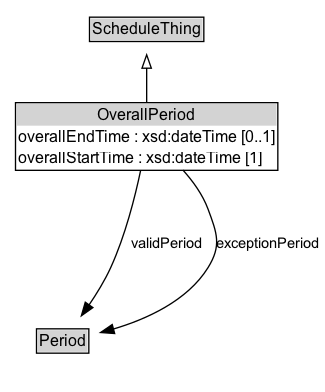
The Graphviz diagram docs/diagrams/OverallPeriod.dot.png in k-vaughn/ontology-its-time, before a commit. Its source is kept beside it as docs/diagrams/OverallPeriod.dot. The source it was exported from:
```dot
digraph {
	graph [overlap=false rankdir=TB splines=true]
	node [fontname=Arial fontsize=12 margin=0 shape=none]
	edge [fontname=Arial fontsize=11]
	{
		rank=source
		ScheduleThing [label=<<TABLE BORDER="1" CELLBORDER="0" CELLSPACING="0" CELLPADDING="1"><TR><TD BGCOLOR="lightgray" ALIGN="CENTER">ScheduleThing</TD></TR></TABLE>> URL="../ScheduleThing" margin=0]
	}
	OverallPeriod [label=<<TABLE BORDER="1" CELLBORDER="0" CELLSPACING="0" CELLPADDING="1"><TR><TD BGCOLOR="lightgray" ALIGN="CENTER">OverallPeriod</TD></TR><TR><TD ALIGN="LEFT">overallEndTime : xsd:dateTime [0..1]</TD></TR><TR><TD ALIGN="LEFT">overallStartTime : xsd:dateTime [1]</TD></TR></TABLE>> URL="../OverallPeriod" margin=0]
	{
		rank=max
	}
	subgraph cluster_associated {
		label="" style=invis
		Invis [label=<<TABLE BORDER="0" CELLBORDER="0" CELLSPACING="0" CELLPADDING="1"><TR><TD></TD></TR></TABLE>> margin=0 style=invis]
		Period [label=<<TABLE BORDER="1" CELLBORDER="0" CELLSPACING="0" CELLPADDING="1"><TR><TD BGCOLOR="lightgray" ALIGN="CENTER">Period</TD></TR></TABLE>> URL="../Period" margin=0]
	}
	OverallPeriod -> ScheduleThing [arrowhead=onormal style=solid]
	OverallPeriod -> Invis [style=invis]
	Invis -> Period [style=invis]
	Period [label=<<TABLE BORDER="1" CELLBORDER="0" CELLSPACING="0" CELLPADDING="1"><TR><TD BGCOLOR="lightgray" ALIGN="CENTER">Period</TD></TR></TABLE>> URL="../Period" margin=0]
	OverallPeriod -> Period [label=validPeriod arrowhead=normal style=solid]
	OverallPeriod -> Period [label=exceptionPeriod arrowhead=normal style=solid]
}
```
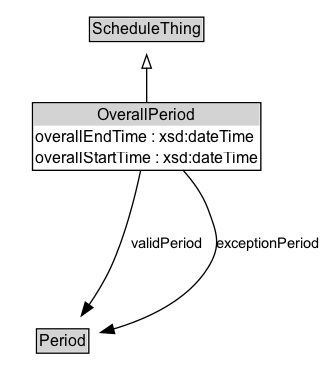
After the commit.

The edit, as a diff of the source:
```diff
@@ -6,7 +6,7 @@
 		rank=source
 		ScheduleThing [label=<<TABLE BORDER="1" CELLBORDER="0" CELLSPACING="0" CELLPADDING="1"><TR><TD BGCOLOR="lightgray" ALIGN="CENTER">ScheduleThing</TD></TR></TABLE>> URL="../ScheduleThing" margin=0]
 	}
-	OverallPeriod [label=<<TABLE BORDER="1" CELLBORDER="0" CELLSPACING="0" CELLPADDING="1"><TR><TD BGCOLOR="lightgray" ALIGN="CENTER">OverallPeriod</TD></TR><TR><TD ALIGN="LEFT">overallEndTime : xsd:dateTime [0..1]</TD></TR><TR><TD ALIGN="LEFT">overallStartTime : xsd:dateTime [1]</TD></TR></TABLE>> URL="../OverallPeriod" margin=0]
+	OverallPeriod [label=<<TABLE BORDER="1" CELLBORDER="0" CELLSPACING="0" CELLPADDING="1"><TR><TD BGCOLOR="lightgray" ALIGN="CENTER">OverallPeriod</TD></TR><TR><TD ALIGN="LEFT">overallEndTime : xsd:dateTime</TD></TR><TR><TD ALIGN="LEFT">overallStartTime : xsd:dateTime</TD></TR></TABLE>> URL="../OverallPeriod" margin=0]
 	{
 		rank=max
 	}
```
